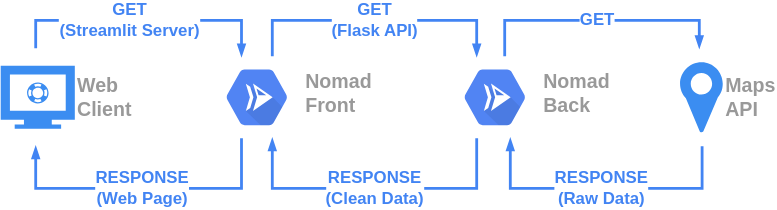
The draw.io diagram docs/img/nomadaap_architecture.svg in NomadaApp/nomadapp-front, before a commit. Source tidied: cells renumbered, new cells last; positions are measured from the earlier drawing's top-left corner, leaving out a move shared by most shapes. Source of this version:
```xml
<mxGraphModel>
  <root>
    <mxCell id="0" />
    <mxCell id="1" parent="0" />
    <mxCell id="2" value="GET &lt;br style=&quot;font-size: 12px;&quot;&gt;(Streamlit Server)" style="edgeStyle=orthogonalEdgeStyle;shape=connector;rounded=0;jettySize=auto;html=1;dashed=0;labelBackgroundColor=default;fontFamily=Helvetica;fontSize=12;fontColor=#4284F3;endArrow=blockThin;endFill=1;startSize=4;endSize=4;strokeColor=#4284F3;strokeWidth=2;labelPosition=center;verticalLabelPosition=middle;align=center;verticalAlign=middle;fontStyle=1;" parent="1" edge="1" target="5">
      <mxGeometry x="-0.11" relative="1" as="geometry">
        <mxPoint x="25" y="20" as="sourcePoint" />
        <Array as="points">
          <mxPoint x="25" />
          <mxPoint x="172" />
        </Array>
      </mxGeometry>
    </mxCell>
    <mxCell id="3" value="RESPONSE &lt;br&gt;(Web Page)" style="edgeStyle=orthogonalEdgeStyle;shape=connector;rounded=0;jettySize=auto;dashed=0;labelBackgroundColor=default;fontFamily=Helvetica;fontSize=12;fontColor=#4284F3;endArrow=blockThin;endFill=1;startSize=4;endSize=4;strokeColor=#4284F3;strokeWidth=2;labelPosition=center;verticalLabelPosition=middle;align=center;verticalAlign=middle;html=1;fontStyle=1;" parent="1" edge="1" source="5">
      <mxGeometry relative="1" as="geometry">
        <mxPoint x="25" y="90" as="targetPoint" />
        <Array as="points">
          <mxPoint x="172" y="120" />
          <mxPoint x="25" y="120" />
        </Array>
      </mxGeometry>
    </mxCell>
    <mxCell id="4" value="GET&lt;br&gt;(Flask API)" style="edgeStyle=orthogonalEdgeStyle;shape=connector;rounded=0;jettySize=auto;html=1;dashed=0;labelBackgroundColor=default;fontFamily=Helvetica;fontSize=12;fontColor=#4284F3;endArrow=blockThin;endFill=1;startSize=4;endSize=4;strokeColor=#4284F3;strokeWidth=2;labelPosition=center;verticalLabelPosition=middle;align=center;verticalAlign=middle;fontStyle=1;" parent="1" edge="1" source="5" target="8">
      <mxGeometry relative="1" as="geometry">
        <Array as="points">
          <mxPoint x="194" />
          <mxPoint x="340" />
        </Array>
      </mxGeometry>
    </mxCell>
    <mxCell id="5" value="Nomad Front" style="sketch=0;html=1;fillColor=#5184F3;strokeColor=none;verticalAlign=middle;labelPosition=right;verticalLabelPosition=middle;align=left;spacingTop=-6;fontSize=14;fontStyle=1;fontColor=#999999;shape=mxgraph.gcp2.hexIcon;prIcon=cloud_run;whiteSpace=wrap;" parent="1" vertex="1">
      <mxGeometry x="150" y="25.8" width="66" height="58.5" as="geometry" />
    </mxCell>
    <mxCell id="6" value="RESPONSE&lt;br&gt;(Clean Data)" style="edgeStyle=orthogonalEdgeStyle;shape=connector;rounded=0;jettySize=auto;html=1;dashed=0;labelBackgroundColor=default;fontFamily=Helvetica;fontSize=12;fontColor=#4284F3;endArrow=blockThin;endFill=1;startSize=4;endSize=4;strokeColor=#4284F3;strokeWidth=2;labelPosition=center;verticalLabelPosition=middle;align=center;verticalAlign=middle;fontStyle=1;" parent="1" edge="1" source="8" target="5">
      <mxGeometry relative="1" as="geometry">
        <Array as="points">
          <mxPoint x="340" y="120" />
          <mxPoint x="194" y="120" />
        </Array>
      </mxGeometry>
    </mxCell>
    <mxCell id="7" value="GET" style="edgeStyle=orthogonalEdgeStyle;shape=connector;rounded=0;jettySize=auto;html=1;dashed=0;labelBackgroundColor=default;fontFamily=Helvetica;fontSize=12;fontColor=#4284F3;endArrow=blockThin;endFill=1;startSize=4;endSize=4;strokeColor=#4284F3;strokeWidth=2;labelPosition=center;verticalLabelPosition=middle;align=center;verticalAlign=middle;fontStyle=1;" parent="1" edge="1" source="8">
      <mxGeometry relative="1" as="geometry">
        <mxPoint x="499" y="20" as="targetPoint" />
        <Array as="points">
          <mxPoint x="360" />
          <mxPoint x="499" />
        </Array>
      </mxGeometry>
    </mxCell>
    <mxCell id="8" value="Nomad &lt;br style=&quot;font-size: 14px;&quot;&gt;Back" style="sketch=0;html=1;fillColor=#5184F3;strokeColor=none;verticalAlign=middle;labelPosition=right;verticalLabelPosition=middle;align=left;spacingTop=-6;fontSize=14;fontStyle=1;fontColor=#999999;shape=mxgraph.gcp2.hexIcon;prIcon=cloud_run;whiteSpace=wrap;" parent="1" vertex="1">
      <mxGeometry x="320" y="25.8" width="66" height="58.5" as="geometry" />
    </mxCell>
    <mxCell id="9" value="RESPONSE&lt;br&gt;(Raw Data)" style="edgeStyle=orthogonalEdgeStyle;shape=connector;rounded=0;jettySize=auto;html=1;dashed=0;labelBackgroundColor=default;fontFamily=Helvetica;fontSize=12;fontColor=#4284F3;endArrow=blockThin;endFill=1;startSize=4;endSize=4;strokeColor=#4284F3;strokeWidth=2;fontStyle=1;" parent="1" edge="1" target="8">
      <mxGeometry relative="1" as="geometry">
        <mxPoint x="501" y="90" as="sourcePoint" />
        <Array as="points">
          <mxPoint x="501" y="120" />
          <mxPoint x="364" y="120" />
        </Array>
      </mxGeometry>
    </mxCell>
    <mxCell id="10" value="Maps&lt;br style=&quot;font-size: 14px;&quot;&gt;API" style="sketch=0;html=1;strokeColor=none;shadow=0;align=left;verticalAlign=middle;fillColor=#3B8DF1;shape=mxgraph.gcp2.maps_api;fontFamily=Helvetica;fontSize=14;fontColor=#999999;whiteSpace=wrap;labelPosition=right;verticalLabelPosition=middle;fontStyle=1;" parent="1" vertex="1">
      <mxGeometry x="485.2" y="30" width="30.5" height="50" as="geometry" />
    </mxCell>
    <mxCell id="11" value="Web&lt;br&gt;Client" style="sketch=0;html=1;strokeColor=none;shadow=0;align=left;verticalAlign=middle;fillColor=#3B8DF1;shape=mxgraph.gcp2.monitor;fontFamily=Helvetica;fontSize=14;fontColor=#999999;whiteSpace=wrap;labelPosition=right;verticalLabelPosition=middle;fontStyle=1;" parent="1" vertex="1">
      <mxGeometry y="32.5" width="52.9" height="45" as="geometry" />
    </mxCell>
  </root>
</mxGraphModel>
```
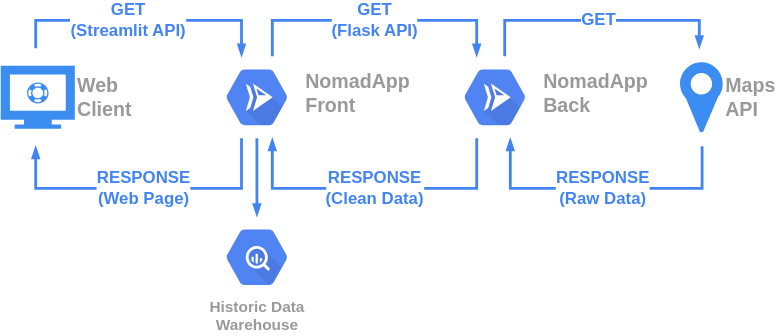
After the change.

Change to the diagram source:
```diff
@@ -2,7 +2,7 @@
   <root>
     <mxCell id="0" />
     <mxCell id="1" parent="0" />
-    <mxCell id="2" value="GET &lt;br style=&quot;font-size: 12px;&quot;&gt;(Streamlit Server)" style="edgeStyle=orthogonalEdgeStyle;shape=connector;rounded=0;jettySize=auto;html=1;dashed=0;labelBackgroundColor=default;fontFamily=Helvetica;fontSize=12;fontColor=#4284F3;endArrow=blockThin;endFill=1;startSize=4;endSize=4;strokeColor=#4284F3;strokeWidth=2;labelPosition=center;verticalLabelPosition=middle;align=center;verticalAlign=middle;fontStyle=1;" parent="1" edge="1" target="5">
+    <mxCell id="2" value="GET &lt;br style=&quot;font-size: 12px&quot;&gt;(Streamlit API)" style="edgeStyle=orthogonalEdgeStyle;shape=connector;rounded=0;jettySize=auto;html=1;dashed=0;labelBackgroundColor=default;fontFamily=Helvetica;fontSize=12;fontColor=#4284F3;endArrow=blockThin;endFill=1;startSize=4;endSize=4;strokeColor=#4284F3;strokeWidth=2;labelPosition=center;verticalLabelPosition=middle;align=center;verticalAlign=middle;fontStyle=1;" parent="1" edge="1" target="5">
       <mxGeometry x="-0.11" relative="1" as="geometry">
         <mxPoint x="25" y="20" as="sourcePoint" />
         <Array as="points">
@@ -28,7 +28,10 @@
         </Array>
       </mxGeometry>
     </mxCell>
+    <mxCell id="12" style="edgeStyle=orthogonalEdgeStyle;shape=connector;rounded=0;jettySize=auto;html=1;dashed=0;labelBackgroundColor=default;fontFamily=Helvetica;fontSize=12;fontColor=#4284F3;endArrow=blockThin;endFill=1;startSize=4;endSize=4;strokeColor=#4284F3;strokeWidth=2;" parent="1" edge="1" source="5" target="13">
+      <mxGeometry relative="1" as="geometry" />
+    </mxCell>
-    <mxCell id="5" value="Nomad Front" style="sketch=0;html=1;fillColor=#5184F3;strokeColor=none;verticalAlign=middle;labelPosition=right;verticalLabelPosition=middle;align=left;spacingTop=-6;fontSize=14;fontStyle=1;fontColor=#999999;shape=mxgraph.gcp2.hexIcon;prIcon=cloud_run;whiteSpace=wrap;" parent="1" vertex="1">
+    <mxCell id="5" value="NomadApp Front" style="sketch=0;html=1;fillColor=#5184F3;strokeColor=none;verticalAlign=middle;labelPosition=right;verticalLabelPosition=middle;align=left;spacingTop=-6;fontSize=14;fontStyle=1;fontColor=#999999;shape=mxgraph.gcp2.hexIcon;prIcon=cloud_run;whiteSpace=wrap;" parent="1" vertex="1">
       <mxGeometry x="150" y="25.8" width="66" height="58.5" as="geometry" />
     </mxCell>
     <mxCell id="6" value="RESPONSE&lt;br&gt;(Clean Data)" style="edgeStyle=orthogonalEdgeStyle;shape=connector;rounded=0;jettySize=auto;html=1;dashed=0;labelBackgroundColor=default;fontFamily=Helvetica;fontSize=12;fontColor=#4284F3;endArrow=blockThin;endFill=1;startSize=4;endSize=4;strokeColor=#4284F3;strokeWidth=2;labelPosition=center;verticalLabelPosition=middle;align=center;verticalAlign=middle;fontStyle=1;" parent="1" edge="1" source="8" target="5">
@@ -48,7 +51,7 @@
         </Array>
       </mxGeometry>
     </mxCell>
-    <mxCell id="8" value="Nomad &lt;br style=&quot;font-size: 14px;&quot;&gt;Back" style="sketch=0;html=1;fillColor=#5184F3;strokeColor=none;verticalAlign=middle;labelPosition=right;verticalLabelPosition=middle;align=left;spacingTop=-6;fontSize=14;fontStyle=1;fontColor=#999999;shape=mxgraph.gcp2.hexIcon;prIcon=cloud_run;whiteSpace=wrap;" parent="1" vertex="1">
+    <mxCell id="8" value="NomadApp&lt;br style=&quot;font-size: 14px&quot;&gt;Back" style="sketch=0;html=1;fillColor=#5184F3;strokeColor=none;verticalAlign=middle;labelPosition=right;verticalLabelPosition=middle;align=left;spacingTop=-6;fontSize=14;fontStyle=1;fontColor=#999999;shape=mxgraph.gcp2.hexIcon;prIcon=cloud_run;whiteSpace=wrap;" parent="1" vertex="1">
       <mxGeometry x="320" y="25.8" width="66" height="58.5" as="geometry" />
     </mxCell>
     <mxCell id="9" value="RESPONSE&lt;br&gt;(Raw Data)" style="edgeStyle=orthogonalEdgeStyle;shape=connector;rounded=0;jettySize=auto;html=1;dashed=0;labelBackgroundColor=default;fontFamily=Helvetica;fontSize=12;fontColor=#4284F3;endArrow=blockThin;endFill=1;startSize=4;endSize=4;strokeColor=#4284F3;strokeWidth=2;fontStyle=1;" parent="1" edge="1" target="8">
@@ -66,5 +69,8 @@
     <mxCell id="11" value="Web&lt;br&gt;Client" style="sketch=0;html=1;strokeColor=none;shadow=0;align=left;verticalAlign=middle;fillColor=#3B8DF1;shape=mxgraph.gcp2.monitor;fontFamily=Helvetica;fontSize=14;fontColor=#999999;whiteSpace=wrap;labelPosition=right;verticalLabelPosition=middle;fontStyle=1;" parent="1" vertex="1">
       <mxGeometry y="32.5" width="52.9" height="45" as="geometry" />
     </mxCell>
+    <mxCell id="13" value="Historic Data&lt;br&gt;Warehouse" style="sketch=0;html=1;fillColor=#5184F3;strokeColor=none;verticalAlign=top;labelPosition=center;verticalLabelPosition=bottom;align=center;spacingTop=-6;fontSize=11;fontStyle=1;fontColor=#999999;shape=mxgraph.gcp2.hexIcon;prIcon=bigquery;" parent="1" vertex="1">
+      <mxGeometry x="150" y="140" width="66" height="58.5" as="geometry" />
+    </mxCell>
   </root>
 </mxGraphModel>
```
